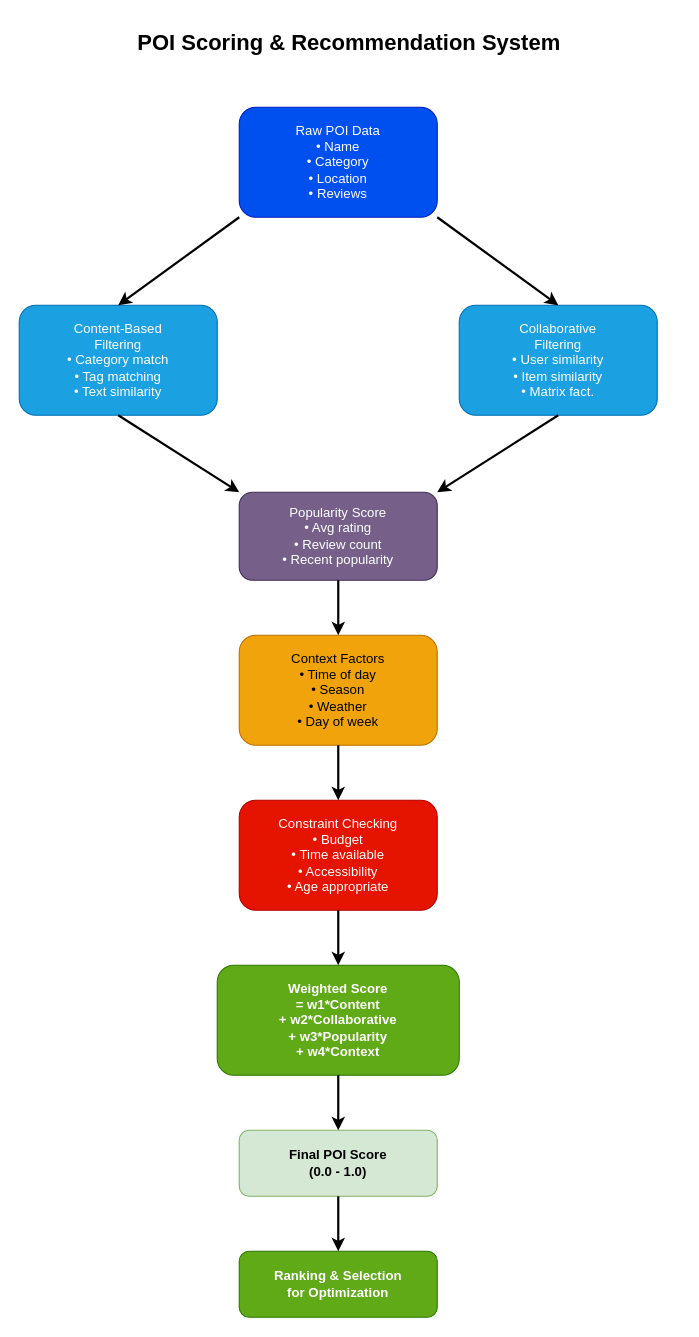
The draw.io diagram diagrams/diagram_5_poi_scoring.drawio in Maxwell-Fernandes/WanderWise-FYP, before the edit. Source tidied: cells renumbered, new cells numbered last; positions are measured from the earlier drawing's top-left corner, leaving out a move shared by most shapes. Both pictures are drawn from the tidied source at 110%, with x=0, y=0 at pixel (19, 19).
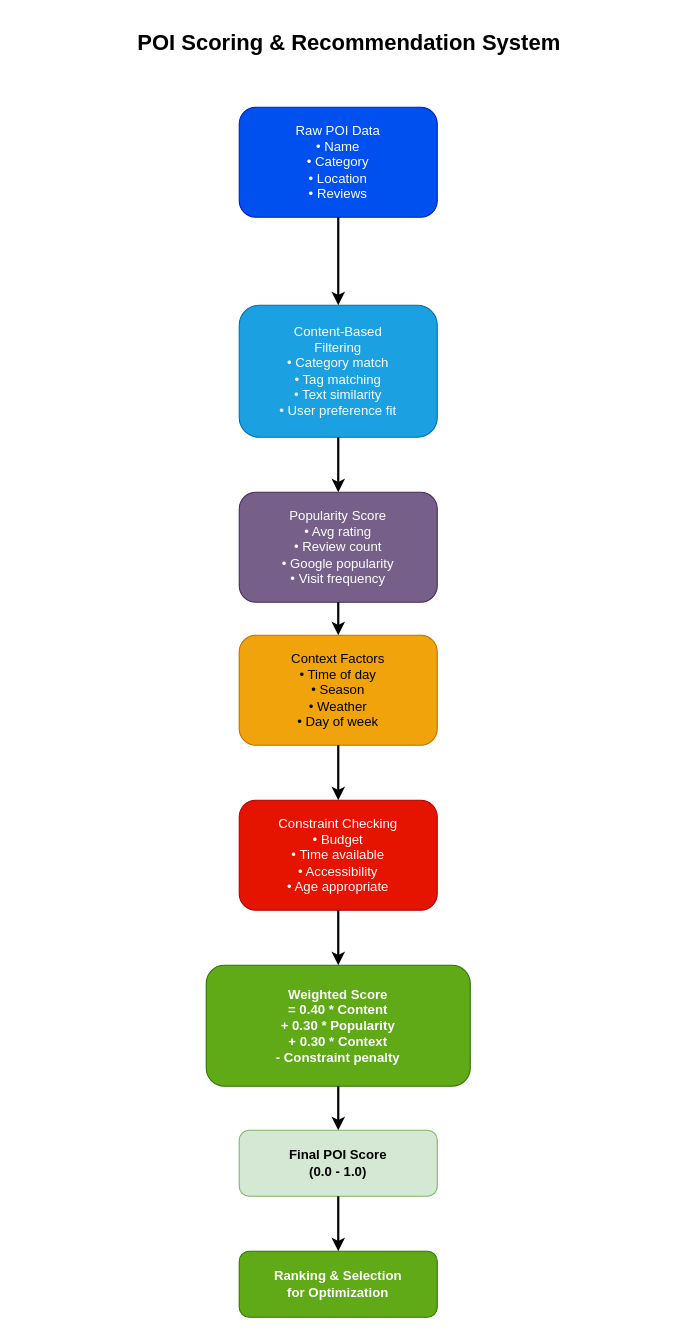
The same page after the edit.

Commit message (it also covers changes not shown here):
Fix all draw.io diagrams to match validated architecture v2.0

Unchanged cells that the change refers to:
```xml
<mxCell id="3" value="Raw POI Data&lt;br&gt;• Name&lt;br&gt;• Category&lt;br&gt;• Location&lt;br&gt;• Reviews" style="rounded=1;whiteSpace=wrap;html=1;fillColor=#0050ef;strokeColor=#001DBC;fontColor=#ffffff;" parent="1" vertex="1">
  <mxGeometry x="200" y="80" width="180" height="100" as="geometry" />
</mxCell>
```

Diff of the diagram source:
```diff
@@
-    <mxCell id="4" value="Content-Based&lt;br&gt;Filtering&lt;br&gt;• Category match&lt;br&gt;• Tag matching&lt;br&gt;• Text similarity" style="rounded=1;whiteSpace=wrap;html=1;fillColor=#1ba1e2;strokeColor=#006EAF;fontColor=#ffffff;" parent="1" vertex="1">
-      <mxGeometry y="260" width="180" height="100" as="geometry" />
+    <mxCell id="4" value="Content-Based&lt;br&gt;Filtering&lt;br&gt;• Category match&lt;br&gt;• Tag matching&lt;br&gt;• Text similarity&lt;br&gt;• User preference fit" style="rounded=1;whiteSpace=wrap;html=1;fillColor=#1ba1e2;strokeColor=#006EAF;fontColor=#ffffff;" parent="1" vertex="1">
+      <mxGeometry x="200" y="260" width="180" height="120" as="geometry" />
     </mxCell>
-    <mxCell id="5" value="Collaborative&lt;br&gt;Filtering&lt;br&gt;• User similarity&lt;br&gt;• Item similarity&lt;br&gt;• Matrix fact." style="rounded=1;whiteSpace=wrap;html=1;fillColor=#1ba1e2;strokeColor=#006EAF;fontColor=#ffffff;" parent="1" vertex="1">
-      <mxGeometry x="400" y="260" width="180" height="100" as="geometry" />
-    </mxCell>
-    <mxCell id="6" value="Popularity Score&lt;br&gt;• Avg rating&lt;br&gt;• Review count&lt;br&gt;• Recent popularity" style="rounded=1;whiteSpace=wrap;html=1;fillColor=#76608a;strokeColor=#432D57;fontColor=#ffffff;" parent="1" vertex="1">
-      <mxGeometry x="200" y="430" width="180" height="80" as="geometry" />
+    <mxCell id="6" value="Popularity Score&lt;br&gt;• Avg rating&lt;br&gt;• Review count&lt;br&gt;• Google popularity&lt;br&gt;• Visit frequency" style="rounded=1;whiteSpace=wrap;html=1;fillColor=#76608a;strokeColor=#432D57;fontColor=#ffffff;" parent="1" vertex="1">
+      <mxGeometry x="200" y="430" width="180" height="100" as="geometry" />
     </mxCell>
@@
-    <mxCell id="9" value="Weighted Score&lt;br&gt;= w1*Content&lt;br&gt;+ w2*Collaborative&lt;br&gt;+ w3*Popularity&lt;br&gt;+ w4*Context" style="rounded=1;whiteSpace=wrap;html=1;fillColor=#60a917;strokeColor=#2D7600;fontColor=#ffffff;fontStyle=1;" parent="1" vertex="1">
-      <mxGeometry x="180" y="860" width="220" height="100" as="geometry" />
+    <mxCell id="9" value="Weighted Score&lt;br&gt;= 0.40 * Content&lt;br&gt;+ 0.30 * Popularity&lt;br&gt;+ 0.30 * Context&lt;br&gt;- Constraint penalty" style="rounded=1;whiteSpace=wrap;html=1;fillColor=#60a917;strokeColor=#2D7600;fontColor=#ffffff;fontStyle=1;" parent="1" vertex="1">
+      <mxGeometry x="170" y="860" width="240" height="110" as="geometry" />
     </mxCell>
@@
-    <mxCell id="12" style="endArrow=classic;html=1;strokeWidth=2;exitX=0;exitY=1;entryX=0.5;entryY=0;" parent="1" edge="1" source="3" target="4">
+    <mxCell id="12" style="endArrow=classic;html=1;strokeWidth=2;exitX=0.5;exitY=1;entryX=0.5;entryY=0;" parent="1" edge="1" source="3" target="4">
       <mxGeometry relative="1" as="geometry" />
     </mxCell>
-    <mxCell id="13" style="endArrow=classic;html=1;strokeWidth=2;exitX=1;exitY=1;entryX=0.5;entryY=0;" parent="1" edge="1" source="3" target="5">
-      <mxGeometry relative="1" as="geometry" />
-    </mxCell>
-    <mxCell id="14" style="endArrow=classic;html=1;strokeWidth=2;exitX=0.5;exitY=1;entryX=0;entryY=0;" parent="1" edge="1" source="4" target="6">
+    <mxCell id="14" style="endArrow=classic;html=1;strokeWidth=2;exitX=0.5;exitY=1;entryX=0.5;entryY=0;" parent="1" edge="1" source="4" target="6">
       <mxGeometry relative="1" as="geometry" />
     </mxCell>
-    <mxCell id="15" style="endArrow=classic;html=1;strokeWidth=2;exitX=0.5;exitY=1;entryX=1;entryY=0;" parent="1" edge="1" source="5" target="6">
-      <mxGeometry relative="1" as="geometry" />
-    </mxCell>
```
